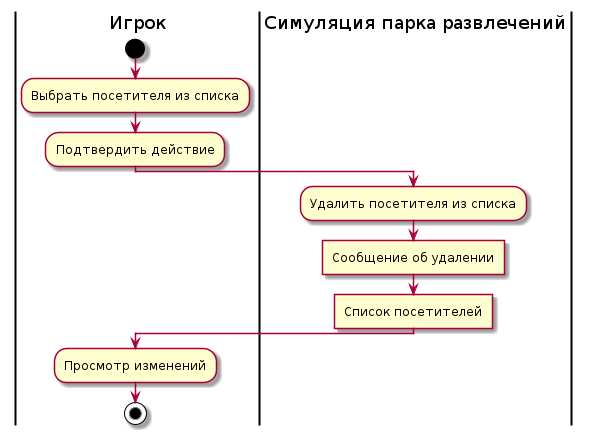
mzhirko/amusement-park keeps this PlantUML diagram as description/images/delete-visitor-activity-diagram.png. Above is the earlier version.
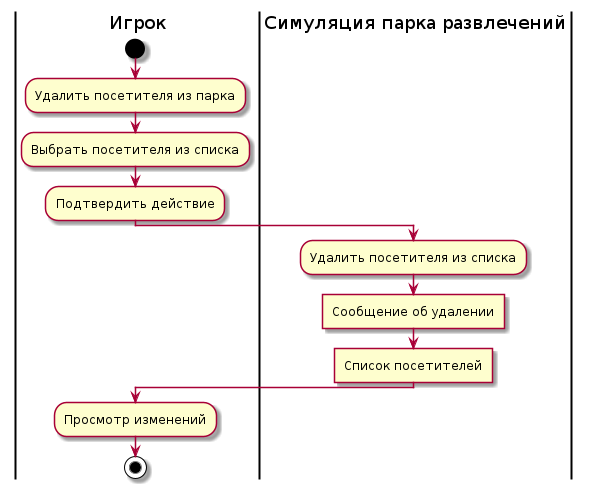
Later version of the same file.

Commit message:
Edit activity diagrams

Diff of the diagram source:
```diff
@@ -1,6 +1,7 @@
 @startuml
 |Игрок|
 start
+:Удалить посетителя из парка;
 :Выбрать посетителя из списка;
 :Подтвердить действие;
 |Симуляция парка развлечений|
```
